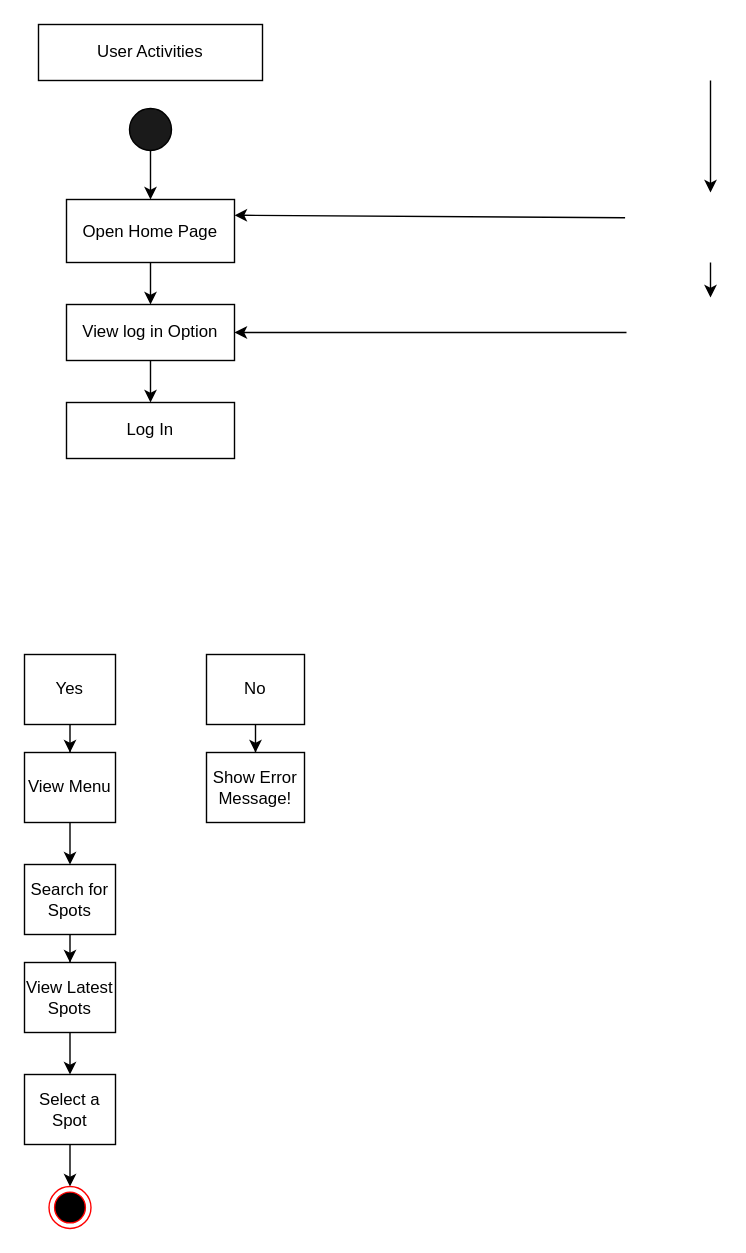
This is UseCases/Active Diagram.drawio from sarahelhnbaly/IDiscovery, a draw.io file, before an edit. Source tidied: cells renumbered, new cells numbered last; positions are measured from the earlier drawing's top-left corner, leaving out a move shared by most shapes. Both pictures are drawn from the tidied source at 140%, with x=0, y=0 at pixel (24, 24).
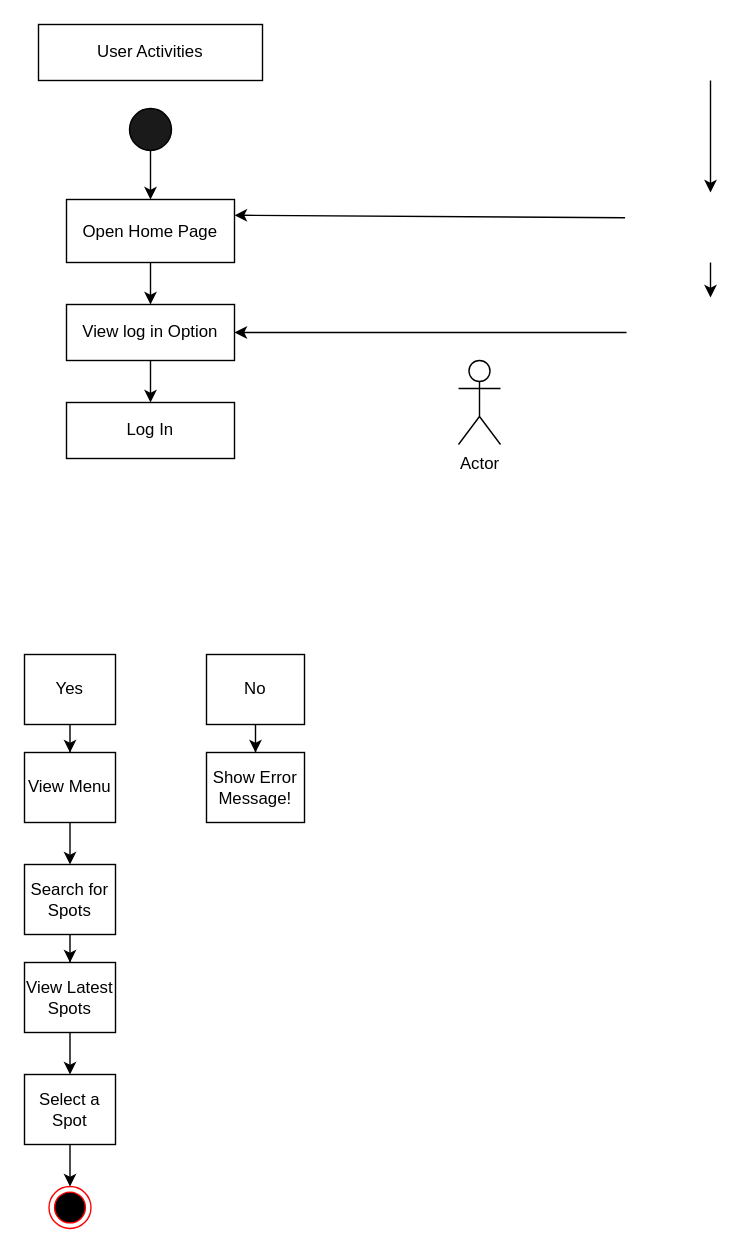
Above is the later version.

The edit, as a diff of the source:
```diff
@@
+    <mxCell id="30" value="Actor" style="shape=umlActor;verticalLabelPosition=bottom;verticalAlign=top;html=1;" parent="1" vertex="1">
+      <mxGeometry x="310" y="240" width="30" height="60" as="geometry" />
+    </mxCell>
```
